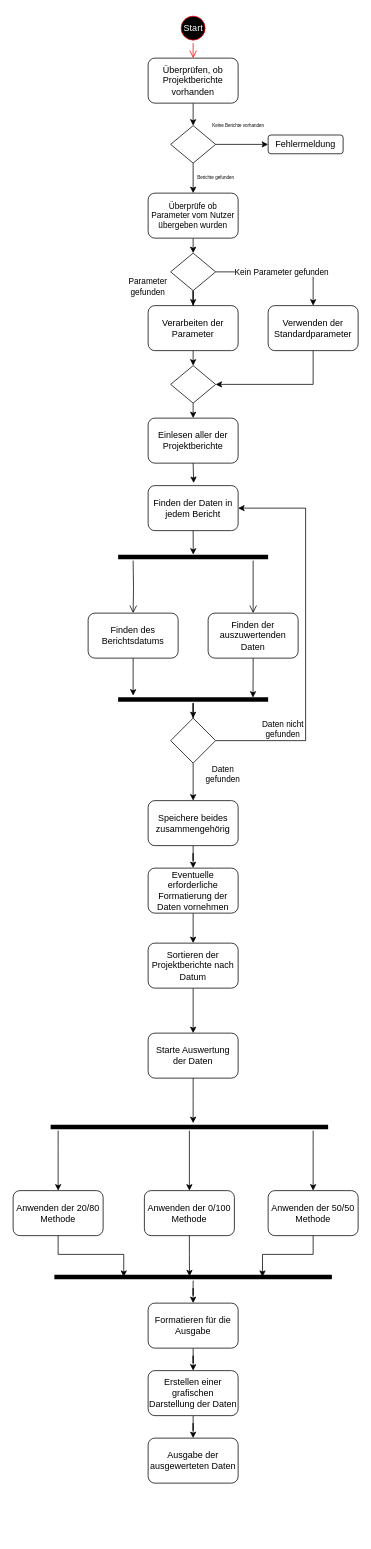
Before: activity.drawio in INKSec/Diagramme, a draw.io diagram. Source tidied: cells renumbered, new cells numbered last; positions are measured from the earlier drawing's top-left corner, leaving out a move shared by most shapes. Both pictures are drawn from the tidied source at 75%, with x=0, y=0 at pixel (13, 13).
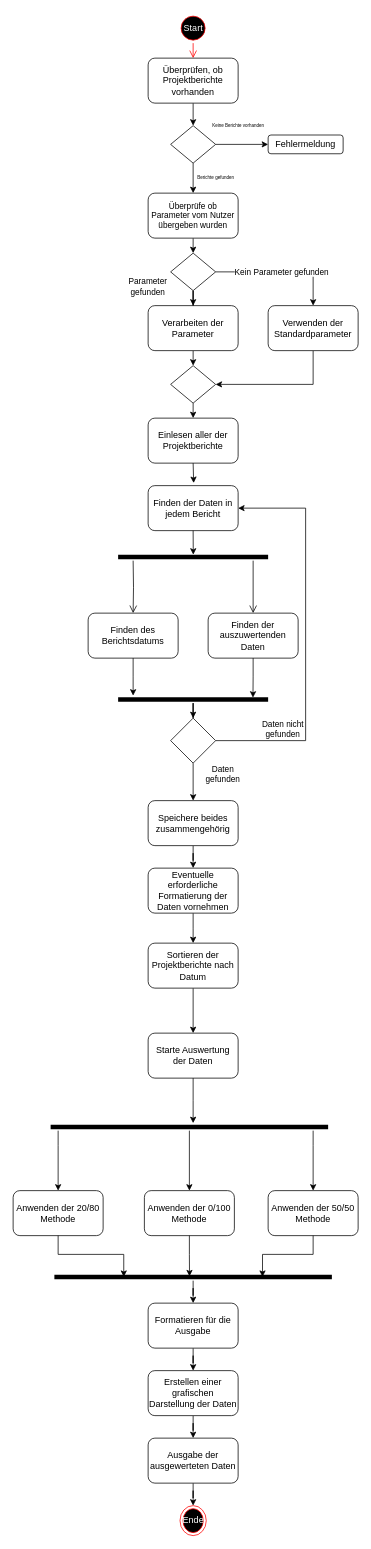
The same diagram, later.

The change refers to these unchanged cells:
```xml
<mxCell id="62" value="Ausgabe der ausgewerteten Daten" style="rounded=1;whiteSpace=wrap;html=1;" parent="1" vertex="1">
  <mxGeometry x="180" y="1900" width="120" height="60" as="geometry" />
</mxCell>
```

Diff of the diagram source:
```diff
@@
+    <mxCell id="65" style="edgeStyle=orthogonalEdgeStyle;rounded=0;jettySize=auto;html=1;entryX=0.5;entryY=0;entryDx=0;entryDy=0;" parent="1" edge="1" source="62" target="66">
+      <mxGeometry relative="1" as="geometry" />
+    </mxCell>
@@
+    <mxCell id="66" value="Ende" style="ellipse;html=1;shape=endState;fillColor=#000000;strokeColor=#ff0000;fontColor=#FFFFFF;" parent="1" vertex="1">
+      <mxGeometry x="222.5" y="1990" width="35" height="40" as="geometry" />
+    </mxCell>
```
